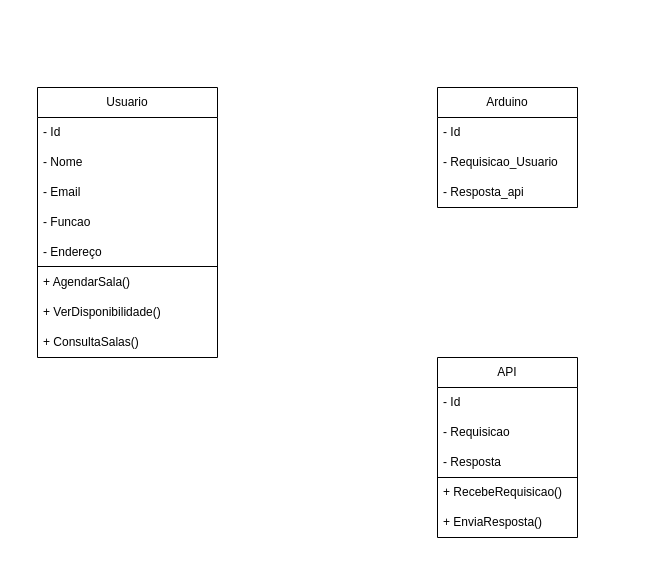
This is documentação e diagramas/Diagrama sem nome.drawio from ArielAndrielli/Fatec-PI-4-Semestre, a draw.io file, before an edit. Source tidied: cells renumbered, new cells numbered last; positions are measured from the earlier drawing's top-left corner, leaving out a move shared by most shapes. Both pictures are drawn from the tidied source at 100%, with x=0, y=0 at pixel (37, 87).
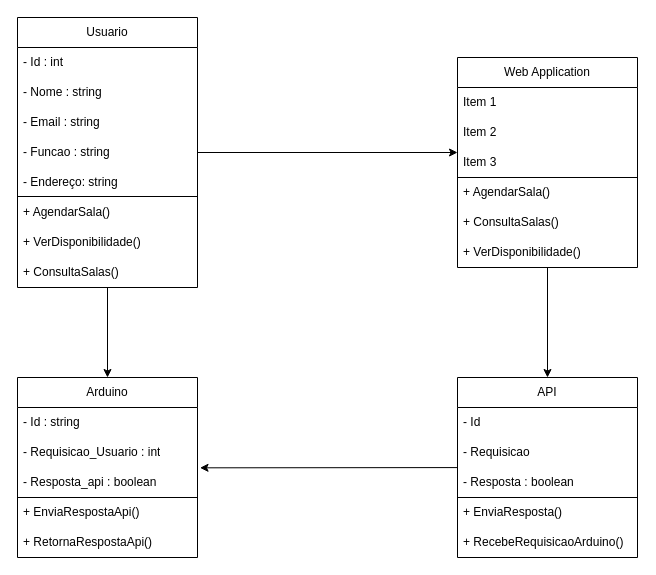
Above is the later version.

Commit message:
Atualizar diagrama de classes

What changed in the source:
```diff
@@
+    <mxCell id="23" style="edgeStyle=none;rounded=0;jettySize=auto;html=1;entryX=0.5;entryY=0;entryDx=0;entryDy=0;" parent="1" edge="1" source="2" target="12">
+      <mxGeometry relative="1" as="geometry" />
+    </mxCell>
     <mxCell id="2" value="Usuario" style="swimlane;fontStyle=0;horizontal=1;startSize=30;whiteSpace=wrap;html=1;strokeColor=default;" parent="1" vertex="1">
-      <mxGeometry width="180" height="270" as="geometry" />
+      <mxGeometry x="-20" y="-70" width="180" height="270" as="geometry" />
     </mxCell>
-    <mxCell id="3" value="- Id" style="text;strokeColor=none;fillColor=none;align=left;verticalAlign=middle;spacingLeft=4;spacingRight=4;overflow=hidden;whiteSpace=wrap;html=1;" parent="2" vertex="1">
+    <mxCell id="3" value="- Id : int" style="text;strokeColor=none;fillColor=none;align=left;verticalAlign=middle;spacingLeft=4;spacingRight=4;overflow=hidden;whiteSpace=wrap;html=1;" parent="2" vertex="1">
       <mxGeometry y="30" width="180" height="30" as="geometry" />
     </mxCell>
-    <mxCell id="4" value="- Nome" style="text;strokeColor=none;fillColor=none;align=left;verticalAlign=middle;spacingLeft=4;spacingRight=4;overflow=hidden;whiteSpace=wrap;html=1;" parent="2" vertex="1">
+    <mxCell id="4" value="- Nome : string" style="text;strokeColor=none;fillColor=none;align=left;verticalAlign=middle;spacingLeft=4;spacingRight=4;overflow=hidden;whiteSpace=wrap;html=1;" parent="2" vertex="1">
       <mxGeometry y="60" width="180" height="30" as="geometry" />
     </mxCell>
-    <mxCell id="5" value="- Email" style="text;strokeColor=none;fillColor=none;align=left;verticalAlign=middle;spacingLeft=4;spacingRight=4;overflow=hidden;whiteSpace=wrap;html=1;" parent="2" vertex="1">
+    <mxCell id="5" value="- Email : string" style="text;strokeColor=none;fillColor=none;align=left;verticalAlign=middle;spacingLeft=4;spacingRight=4;overflow=hidden;whiteSpace=wrap;html=1;" parent="2" vertex="1">
       <mxGeometry y="90" width="180" height="30" as="geometry" />
     </mxCell>
-    <mxCell id="6" value="- Funcao" style="text;strokeColor=none;fillColor=none;align=left;verticalAlign=middle;spacingLeft=4;spacingRight=4;overflow=hidden;points=[[0,0.5],[1,0.5]];portConstraint=eastwest;whiteSpace=wrap;html=1;" parent="2" vertex="1">
+    <mxCell id="6" value="- Funcao : string" style="text;strokeColor=none;fillColor=none;align=left;verticalAlign=middle;spacingLeft=4;spacingRight=4;overflow=hidden;points=[[0,0.5],[1,0.5]];portConstraint=eastwest;whiteSpace=wrap;html=1;" parent="2" vertex="1">
       <mxGeometry y="120" width="180" height="30" as="geometry" />
     </mxCell>
-    <mxCell id="7" value="- Endereço" style="text;strokeColor=none;fillColor=none;align=left;verticalAlign=middle;spacingLeft=4;spacingRight=4;overflow=hidden;whiteSpace=wrap;html=1;" parent="2" vertex="1">
+    <mxCell id="7" value="- Endereço: string" style="text;strokeColor=none;fillColor=none;align=left;verticalAlign=middle;spacingLeft=4;spacingRight=4;overflow=hidden;whiteSpace=wrap;html=1;" parent="2" vertex="1">
       <mxGeometry y="150" width="180" height="30" as="geometry" />
     </mxCell>
@@
     <mxCell id="12" value="Arduino" style="swimlane;fontStyle=0;horizontal=1;startSize=30;whiteSpace=wrap;html=1;" parent="1" vertex="1">
-      <mxGeometry x="400" width="140" height="120" as="geometry" />
+      <mxGeometry x="-20" y="290" width="180" height="180" as="geometry" />
     </mxCell>
-    <mxCell id="13" value="- Id" style="text;strokeColor=none;fillColor=none;align=left;verticalAlign=middle;spacingLeft=4;spacingRight=4;overflow=hidden;whiteSpace=wrap;html=1;" parent="12" vertex="1">
-      <mxGeometry y="30" width="140" height="30" as="geometry" />
+    <mxCell id="13" value="- Id : string" style="text;strokeColor=none;fillColor=none;align=left;verticalAlign=middle;spacingLeft=4;spacingRight=4;overflow=hidden;whiteSpace=wrap;html=1;" parent="12" vertex="1">
+      <mxGeometry y="30" width="180" height="30" as="geometry" />
     </mxCell>
-    <mxCell id="14" value="- Requisicao_Usuario" style="text;strokeColor=none;fillColor=none;align=left;verticalAlign=middle;spacingLeft=4;spacingRight=4;overflow=hidden;whiteSpace=wrap;html=1;" parent="12" vertex="1">
-      <mxGeometry y="60" width="140" height="30" as="geometry" />
+    <mxCell id="14" value="- Requisicao_Usuario : int" style="text;strokeColor=none;fillColor=none;align=left;verticalAlign=middle;spacingLeft=4;spacingRight=4;overflow=hidden;whiteSpace=wrap;html=1;" parent="12" vertex="1">
+      <mxGeometry y="60" width="180" height="30" as="geometry" />
     </mxCell>
+    <mxCell id="24" value="- Resposta_api : boolean" style="text;strokeColor=none;fillColor=none;align=left;verticalAlign=middle;spacingLeft=4;spacingRight=4;overflow=hidden;points=[[0,0.5],[1,0.5]];portConstraint=eastwest;whiteSpace=wrap;html=1;" parent="12" vertex="1">
+      <mxGeometry y="90" width="180" height="30" as="geometry" />
+    </mxCell>
+    <mxCell id="25" style="endArrow=none;html=1;rounded=0;" parent="12" edge="1">
+      <mxGeometry relative="1" as="geometry">
+        <mxPoint y="120" as="sourcePoint" />
+        <mxPoint x="180" y="120" as="targetPoint" />
+      </mxGeometry>
+    </mxCell>
+    <mxCell id="26" value="+ EnviaRespostaApi()" style="text;strokeColor=none;fillColor=none;align=left;verticalAlign=middle;spacingLeft=4;spacingRight=4;overflow=hidden;whiteSpace=wrap;html=1;" parent="12" vertex="1">
+      <mxGeometry y="120" width="180" height="30" as="geometry" />
+    </mxCell>
-    <mxCell id="15" value="- Resposta_api" style="text;strokeColor=none;fillColor=none;align=left;verticalAlign=middle;spacingLeft=4;spacingRight=4;overflow=hidden;whiteSpace=wrap;html=1;" parent="12" vertex="1">
-      <mxGeometry y="90" width="140" height="30" as="geometry" />
+    <mxCell id="15" value="+ RetornaRespostaApi()" style="text;strokeColor=none;fillColor=none;align=left;verticalAlign=middle;spacingLeft=4;spacingRight=4;overflow=hidden;whiteSpace=wrap;html=1;" parent="12" vertex="1">
+      <mxGeometry y="150" width="180" height="30" as="geometry" />
     </mxCell>
+    <mxCell id="27" style="edgeStyle=none;rounded=0;jettySize=auto;html=1;entryX=1.014;entryY=0.011;entryDx=0;entryDy=0;entryPerimeter=0;" parent="1" edge="1" source="16" target="24">
+      <mxGeometry relative="1" as="geometry" />
+    </mxCell>
     <mxCell id="16" value="API" style="swimlane;fontStyle=0;horizontal=1;startSize=30;whiteSpace=wrap;html=1;strokeColor=#000000;" parent="1" vertex="1">
-      <mxGeometry x="400" y="270" width="140" height="180" as="geometry" />
+      <mxGeometry x="420" y="290" width="180" height="180" as="geometry" />
     </mxCell>
     <mxCell id="17" value="- Id" style="text;strokeColor=none;fillColor=none;align=left;verticalAlign=middle;spacingLeft=4;spacingRight=4;overflow=hidden;whiteSpace=wrap;html=1;" parent="16" vertex="1">
-      <mxGeometry y="30" width="140" height="30" as="geometry" />
+      <mxGeometry y="30" width="180" height="30" as="geometry" />
     </mxCell>
     <mxCell id="18" value="- Requisicao" style="text;strokeColor=none;fillColor=none;align=left;verticalAlign=middle;spacingLeft=4;spacingRight=4;overflow=hidden;whiteSpace=wrap;html=1;" parent="16" vertex="1">
-      <mxGeometry y="60" width="140" height="30" as="geometry" />
+      <mxGeometry y="60" width="180" height="30" as="geometry" />
     </mxCell>
-    <mxCell id="19" value="- Resposta" style="text;strokeColor=none;fillColor=none;align=left;verticalAlign=middle;spacingLeft=4;spacingRight=4;overflow=hidden;whiteSpace=wrap;html=1;" parent="16" vertex="1">
-      <mxGeometry y="90" width="140" height="30" as="geometry" />
+    <mxCell id="19" value="- Resposta : boolean" style="text;strokeColor=none;fillColor=none;align=left;verticalAlign=middle;spacingLeft=4;spacingRight=4;overflow=hidden;whiteSpace=wrap;html=1;" parent="16" vertex="1">
+      <mxGeometry y="90" width="180" height="30" as="geometry" />
     </mxCell>
     <mxCell id="20" style="endArrow=none;html=1;rounded=0;" parent="16" edge="1">
       <mxGeometry relative="1" as="geometry">
         <mxPoint y="120" as="sourcePoint" />
-        <mxPoint x="140" y="120" as="targetPoint" />
+        <mxPoint x="180" y="120" as="targetPoint" />
       </mxGeometry>
     </mxCell>
+    <mxCell id="22" value="+ EnviaResposta()" style="text;strokeColor=none;fillColor=none;align=left;verticalAlign=middle;spacingLeft=4;spacingRight=4;overflow=hidden;whiteSpace=wrap;html=1;" parent="16" vertex="1">
+      <mxGeometry y="120" width="180" height="30" as="geometry" />
+    </mxCell>
-    <mxCell id="21" value="+ RecebeRequisicao()" style="text;strokeColor=none;fillColor=none;align=left;verticalAlign=middle;spacingLeft=4;spacingRight=4;overflow=hidden;whiteSpace=wrap;html=1;" parent="16" vertex="1">
-      <mxGeometry y="120" width="140" height="30" as="geometry" />
+    <mxCell id="21" value="+ RecebeRequisicaoArduino()" style="text;strokeColor=none;fillColor=none;align=left;verticalAlign=middle;spacingLeft=4;spacingRight=4;overflow=hidden;whiteSpace=wrap;html=1;" parent="16" vertex="1">
+      <mxGeometry y="150" width="180" height="30" as="geometry" />
     </mxCell>
-    <mxCell id="22" value="+ EnviaResposta()" style="text;strokeColor=none;fillColor=none;align=left;verticalAlign=middle;spacingLeft=4;spacingRight=4;overflow=hidden;whiteSpace=wrap;html=1;" parent="16" vertex="1">
-      <mxGeometry y="150" width="140" height="30" as="geometry" />
-    </mxCell>
+    <mxCell id="28" style="edgeStyle=none;rounded=0;jettySize=auto;html=1;exitX=1;exitY=0.5;exitDx=0;exitDy=0;" parent="1" edge="1" source="6">
+      <mxGeometry relative="1" as="geometry">
+        <mxPoint x="420" y="65" as="targetPoint" />
+      </mxGeometry>
+    </mxCell>
+    <mxCell id="29" style="edgeStyle=none;rounded=0;jettySize=auto;html=1;" parent="1" edge="1" source="30" target="16">
+      <mxGeometry relative="1" as="geometry" />
+    </mxCell>
+    <mxCell id="30" value="Web Application" style="swimlane;fontStyle=0;horizontal=1;startSize=30;whiteSpace=wrap;html=1;" parent="1" vertex="1">
+      <mxGeometry x="420" y="-30" width="180" height="210" as="geometry" />
+    </mxCell>
+    <mxCell id="31" value="Item 1" style="text;strokeColor=none;fillColor=none;align=left;verticalAlign=middle;spacingLeft=4;spacingRight=4;overflow=hidden;whiteSpace=wrap;html=1;" parent="30" vertex="1">
+      <mxGeometry y="30" width="180" height="30" as="geometry" />
+    </mxCell>
+    <mxCell id="32" value="Item 2" style="text;strokeColor=none;fillColor=none;align=left;verticalAlign=middle;spacingLeft=4;spacingRight=4;overflow=hidden;whiteSpace=wrap;html=1;" parent="30" vertex="1">
+      <mxGeometry y="60" width="180" height="30" as="geometry" />
+    </mxCell>
+    <mxCell id="33" value="Item 3" style="text;strokeColor=none;fillColor=none;align=left;verticalAlign=middle;spacingLeft=4;spacingRight=4;overflow=hidden;whiteSpace=wrap;html=1;" parent="30" vertex="1">
+      <mxGeometry y="90" width="180" height="30" as="geometry" />
+    </mxCell>
+    <mxCell id="34" style="endArrow=none;html=1;rounded=0;" parent="30" edge="1">
+      <mxGeometry relative="1" as="geometry">
+        <mxPoint y="120" as="sourcePoint" />
+        <mxPoint x="180" y="120" as="targetPoint" />
+      </mxGeometry>
+    </mxCell>
+    <mxCell id="35" value="+ AgendarSala()" style="text;strokeColor=none;fillColor=none;align=left;verticalAlign=middle;spacingLeft=4;spacingRight=4;overflow=hidden;whiteSpace=wrap;html=1;" parent="30" vertex="1">
+      <mxGeometry y="120" width="180" height="30" as="geometry" />
+    </mxCell>
+    <mxCell id="36" value="+ ConsultaSalas()" style="text;strokeColor=none;fillColor=none;align=left;verticalAlign=middle;spacingLeft=4;spacingRight=4;overflow=hidden;whiteSpace=wrap;html=1;" parent="30" vertex="1">
+      <mxGeometry y="150" width="180" height="30" as="geometry" />
+    </mxCell>
+    <mxCell id="37" value="+ VerDisponibilidade()" style="text;strokeColor=none;fillColor=none;align=left;verticalAlign=middle;spacingLeft=4;spacingRight=4;overflow=hidden;whiteSpace=wrap;html=1;" parent="30" vertex="1">
+      <mxGeometry y="180" width="180" height="30" as="geometry" />
+    </mxCell>
```
